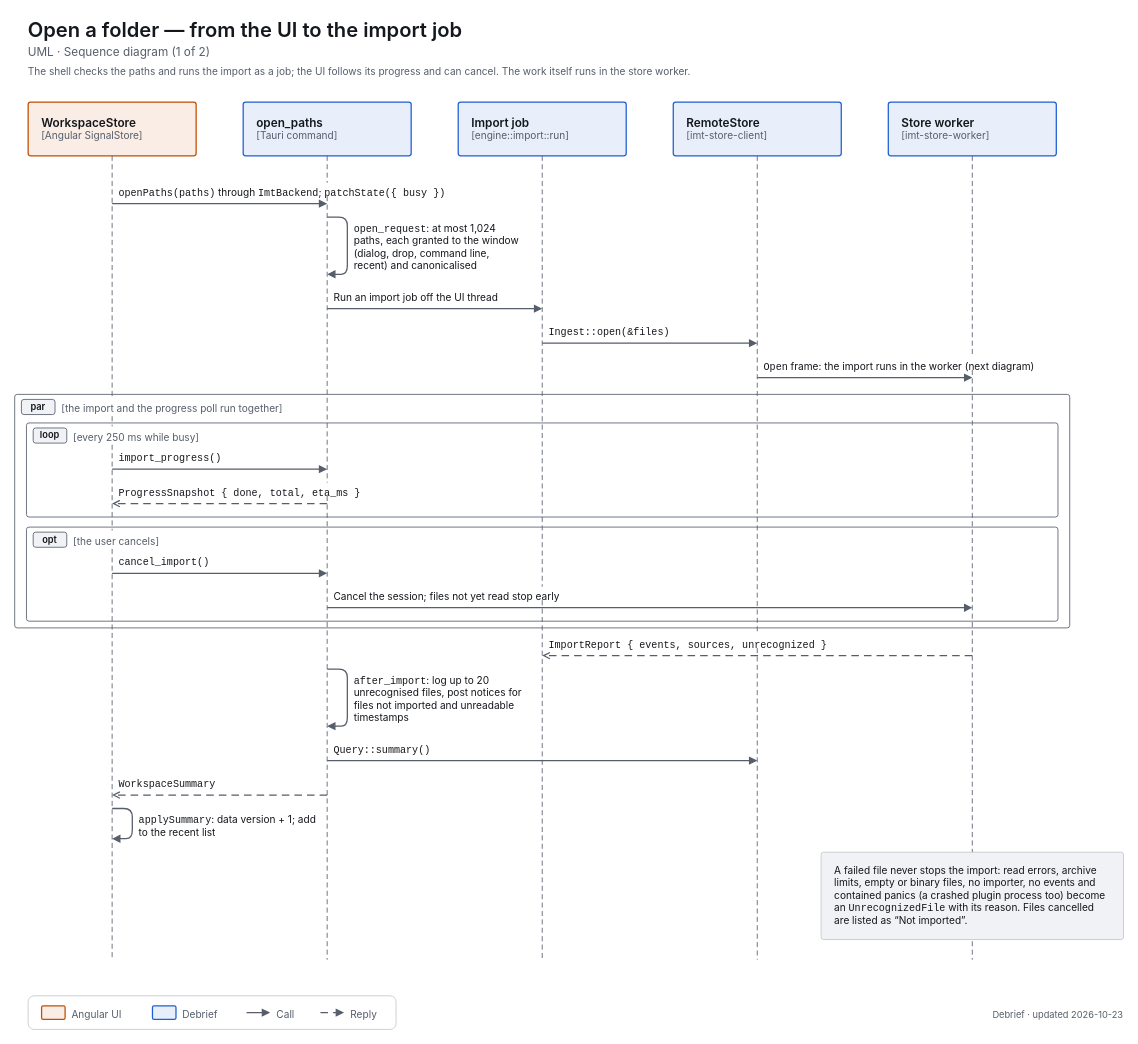
decryp7/integrated_maintenance_tool keeps this draw.io diagram as docs/diagrams/uml-seq-open-folder.drawio. Above is the earlier version. Source tidied: cells renumbered, new cells numbered last; positions are measured from the earlier drawing's top-left corner, leaving out a move shared by most shapes. Both pictures are drawn from the tidied source at 84%, with x=0, y=0 at pixel (14, 14).
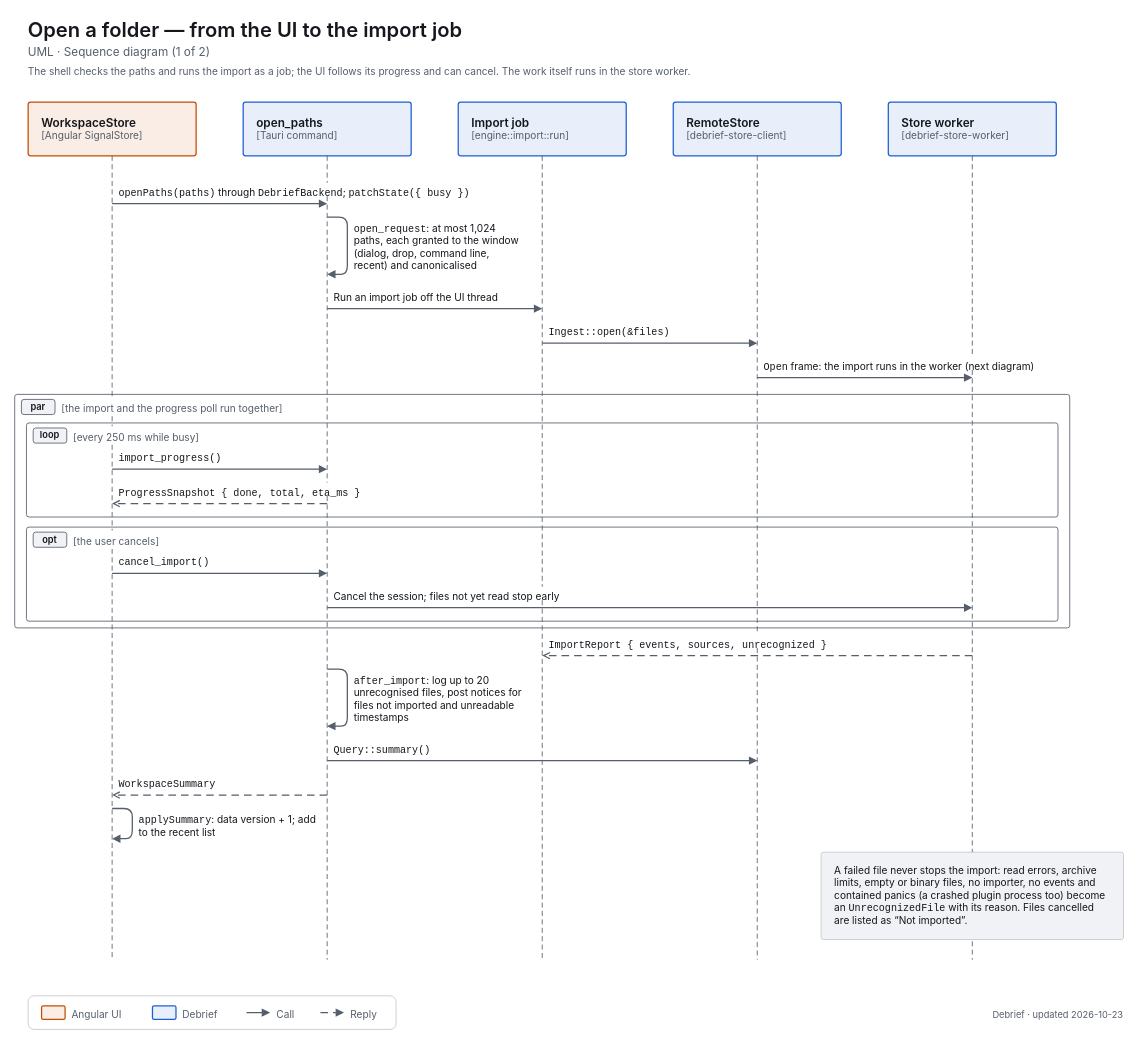
The same page after the edit.

Change to the diagram source:
```diff
@@
-    <mxCell id="8" value="&lt;span style=&quot;font-size:14px;font-weight:600&quot;&gt;RemoteStore&lt;/span&gt;&lt;br&gt;&lt;span style=&quot;font-size:12px;color:light-dark(#565E6B,#A0A7B2)&quot;&gt;[imt-store-client]&lt;/span&gt;" style="html=1;whiteSpace=wrap;fontFamily=-apple-system,BlinkMacSystemFont,Segoe UI,system-ui,sans-serif;fontSize=12;fontColor=light-dark(#14171C,#ECEEF1);rounded=1;absoluteArcSize=1;arcSize=6;strokeWidth=1.5;strokeColor=light-dark(#1D5FD1,#5B9BFF);fillColor=light-dark(#E8EFFA,#202C3F);align=left;verticalAlign=top;spacingLeft=14;spacingRight=14;spacingTop=10;spacingBottom=8;" parent="1" vertex="1">
+    <mxCell id="8" value="&lt;span style=&quot;font-size:14px;font-weight:600&quot;&gt;RemoteStore&lt;/span&gt;&lt;br&gt;&lt;span style=&quot;font-size:12px;color:light-dark(#565E6B,#A0A7B2)&quot;&gt;[debrief-store-client]&lt;/span&gt;" style="html=1;whiteSpace=wrap;fontFamily=-apple-system,BlinkMacSystemFont,Segoe UI,system-ui,sans-serif;fontSize=12;fontColor=light-dark(#14171C,#ECEEF1);rounded=1;absoluteArcSize=1;arcSize=6;strokeWidth=1.5;strokeColor=light-dark(#1D5FD1,#5B9BFF);fillColor=light-dark(#E8EFFA,#202C3F);align=left;verticalAlign=top;spacingLeft=14;spacingRight=14;spacingTop=10;spacingBottom=8;" parent="1" vertex="1">
       <mxGeometry x="784" y="104" width="200" height="64" as="geometry" />
     </mxCell>
-    <mxCell id="9" value="&lt;span style=&quot;font-size:14px;font-weight:600&quot;&gt;Store worker&lt;/span&gt;&lt;br&gt;&lt;span style=&quot;font-size:12px;color:light-dark(#565E6B,#A0A7B2)&quot;&gt;[imt-store-worker]&lt;/span&gt;" style="html=1;whiteSpace=wrap;fontFamily=-apple-system,BlinkMacSystemFont,Segoe UI,system-ui,sans-serif;fontSize=12;fontColor=light-dark(#14171C,#ECEEF1);rounded=1;absoluteArcSize=1;arcSize=6;strokeWidth=1.5;strokeColor=light-dark(#1D5FD1,#5B9BFF);fillColor=light-dark(#E8EFFA,#202C3F);align=left;verticalAlign=top;spacingLeft=14;spacingRight=14;spacingTop=10;spacingBottom=8;" parent="1" vertex="1">
+    <mxCell id="9" value="&lt;span style=&quot;font-size:14px;font-weight:600&quot;&gt;Store worker&lt;/span&gt;&lt;br&gt;&lt;span style=&quot;font-size:12px;color:light-dark(#565E6B,#A0A7B2)&quot;&gt;[debrief-store-worker]&lt;/span&gt;" style="html=1;whiteSpace=wrap;fontFamily=-apple-system,BlinkMacSystemFont,Segoe UI,system-ui,sans-serif;fontSize=12;fontColor=light-dark(#14171C,#ECEEF1);rounded=1;absoluteArcSize=1;arcSize=6;strokeWidth=1.5;strokeColor=light-dark(#1D5FD1,#5B9BFF);fillColor=light-dark(#E8EFFA,#202C3F);align=left;verticalAlign=top;spacingLeft=14;spacingRight=14;spacingTop=10;spacingBottom=8;" parent="1" vertex="1">
       <mxGeometry x="1040" y="104" width="200" height="64" as="geometry" />
     </mxCell>
@@
-    <mxCell id="23" value="&lt;span style=&quot;font-size:12px;font-weight:400&quot;&gt;&lt;span style=&quot;font-family:ui-monospace,SF Mono,Cascadia Mono,Consolas,monospace;white-space:nowrap&quot;&gt;openPaths(paths)&lt;/span&gt; through &lt;span style=&quot;font-family:ui-monospace,SF Mono,Cascadia Mono,Consolas,monospace;white-space:nowrap&quot;&gt;ImtBackend&lt;/span&gt;; &lt;span style=&quot;font-family:ui-monospace,SF Mono,Cascadia Mono,Consolas,monospace;white-space:nowrap&quot;&gt;patchState({ busy })&lt;/span&gt;&lt;/span&gt;" style="html=1;whiteSpace=wrap;fontFamily=-apple-system,BlinkMacSystemFont,Segoe UI,system-ui,sans-serif;fontSize=12;fontColor=light-dark(#14171C,#ECEEF1);text;strokeColor=none;fillColor=none;align=left;verticalAlign=top;spacing=0;fontColor=light-dark(#14171C,#ECEEF1);" parent="1" vertex="1">
+    <mxCell id="23" value="&lt;span style=&quot;font-size:12px;font-weight:400&quot;&gt;&lt;span style=&quot;font-family:ui-monospace,SF Mono,Cascadia Mono,Consolas,monospace;white-space:nowrap&quot;&gt;openPaths(paths)&lt;/span&gt; through &lt;span style=&quot;font-family:ui-monospace,SF Mono,Cascadia Mono,Consolas,monospace;white-space:nowrap&quot;&gt;DebriefBackend&lt;/span&gt;; &lt;span style=&quot;font-family:ui-monospace,SF Mono,Cascadia Mono,Consolas,monospace;white-space:nowrap&quot;&gt;patchState({ busy })&lt;/span&gt;&lt;/span&gt;" style="html=1;whiteSpace=wrap;fontFamily=-apple-system,BlinkMacSystemFont,Segoe UI,system-ui,sans-serif;fontSize=12;fontColor=light-dark(#14171C,#ECEEF1);text;strokeColor=none;fillColor=none;align=left;verticalAlign=top;spacing=0;fontColor=light-dark(#14171C,#ECEEF1);" parent="1" vertex="1">
       <mxGeometry x="124" y="200" width="430" height="16" as="geometry" />
     </mxCell>
```
